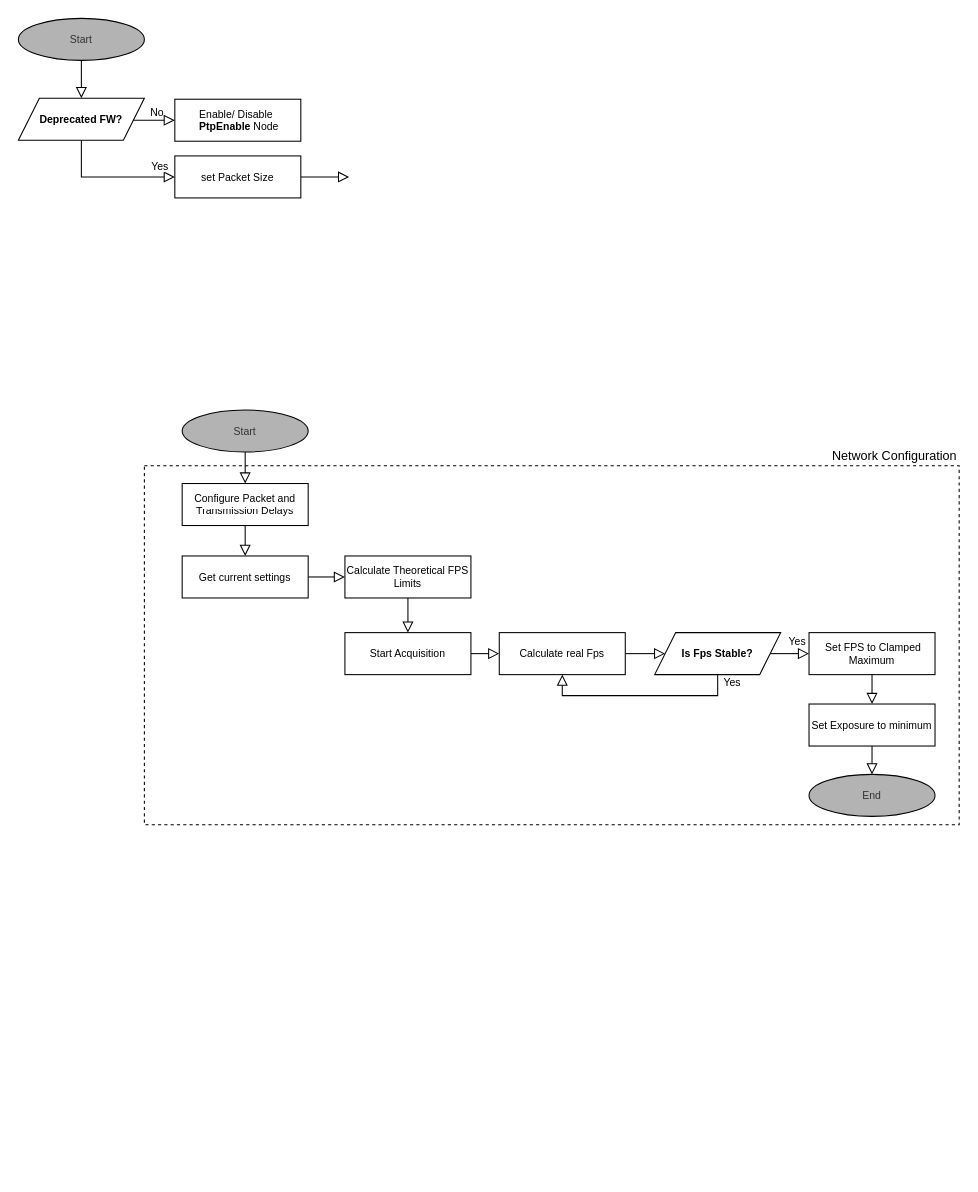
The draw.io diagram page "Bandwidth" (3 of 3) of draw.io/Untitled Diagram.drawio in Yessminech/Bachelor_Thesis, before the edit. Source tidied: cells renumbered, new cells numbered last; positions are measured from the earlier drawing's top-left corner, leaving out a move shared by most shapes. Both pictures are drawn from the tidied source at 105%, with x=0, y=0 at pixel (18, 18).
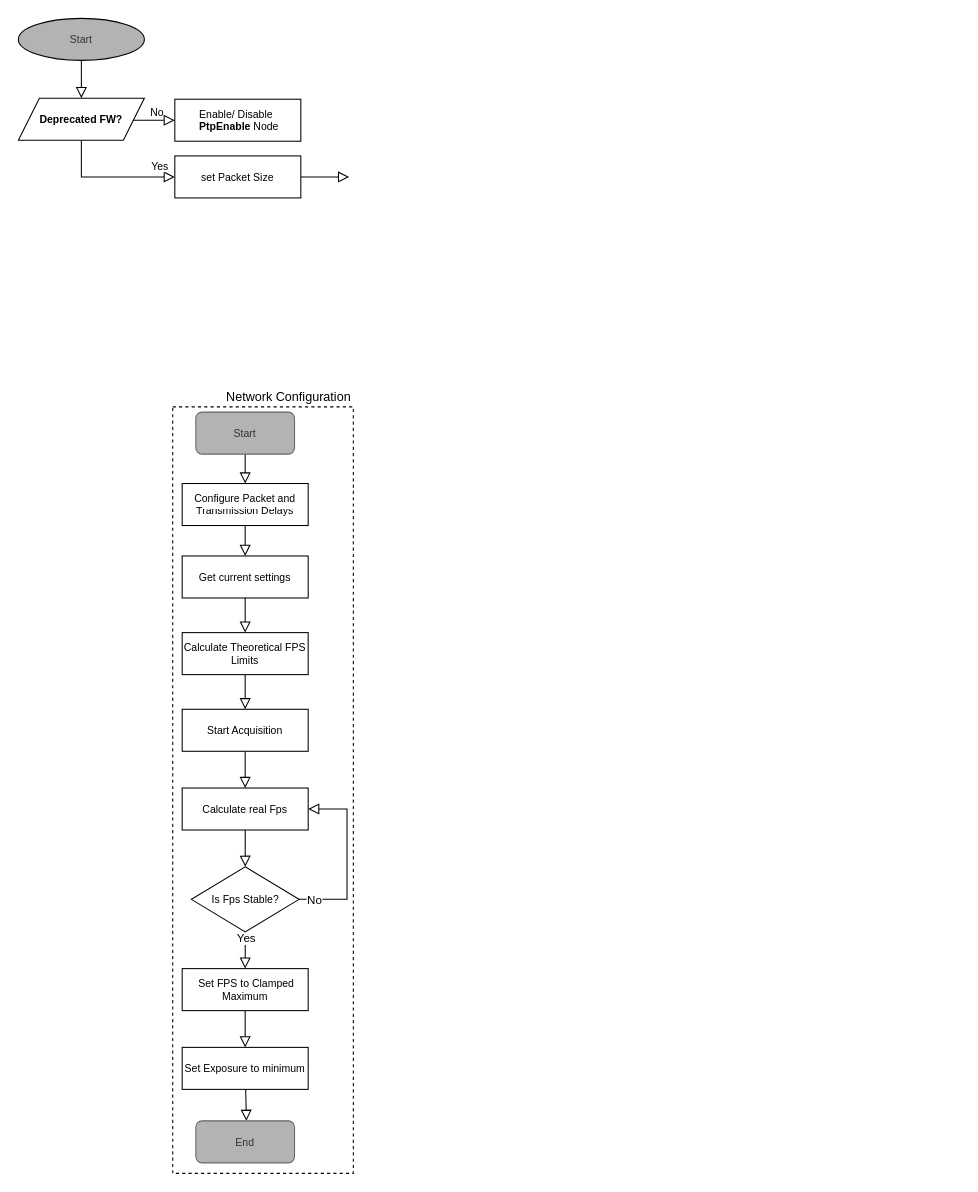
Above is the later version.

Unchanged cells that the change refers to:
```xml
<mxCell id="13" value="Configure Packet and Transmission Delays" style="rounded=0;whiteSpace=wrap;html=1;fontSize=10;glass=0;strokeWidth=1;shadow=0;fontFamily=Helvetica;align=center;verticalAlign=middle;" parent="1" vertex="1">
  <mxGeometry x="156" y="443" width="120" height="40" as="geometry" />
</mxCell>
<mxCell id="17" value="Get current settings" style="rounded=0;whiteSpace=wrap;html=1;fontSize=10;glass=0;strokeWidth=1;shadow=0;fontFamily=Helvetica;align=center;verticalAlign=middle;" parent="1" vertex="1">
  <mxGeometry x="156" y="512" width="120" height="40" as="geometry" />
</mxCell>
```

Change to the diagram source:
```diff
@@
     <mxCell id="2" value="Network Configuration" style="rounded=0;whiteSpace=wrap;html=1;dashed=1;fillColor=none;verticalAlign=bottom;labelPosition=center;verticalLabelPosition=top;align=right;" parent="1" vertex="1">
-      <mxGeometry x="120" y="426" width="776" height="342" as="geometry" />
+      <mxGeometry x="147" y="370" width="172" height="730" as="geometry" />
     </mxCell>
@@
     <mxCell id="15" value="Calculate Theoretical FPS Limits" style="rounded=0;whiteSpace=wrap;html=1;fontSize=10;glass=0;strokeWidth=1;shadow=0;fontFamily=Helvetica;align=center;verticalAlign=middle;" parent="1" vertex="1">
-      <mxGeometry x="311" y="512" width="120" height="40" as="geometry" />
+      <mxGeometry x="156" y="585" width="120" height="40" as="geometry" />
     </mxCell>
-    <mxCell id="16" style="edgeStyle=none;curved=1;rounded=0;jettySize=auto;html=1;fontSize=12;startSize=8;endSize=8;endArrow=block;endFill=0;" parent="1" edge="1" source="17" target="15">
+    <mxCell id="16" style="edgeStyle=none;curved=1;rounded=0;jettySize=auto;html=1;fontSize=12;startSize=8;endSize=8;endArrow=block;endFill=0;entryX=0.5;entryY=0;entryDx=0;entryDy=0;" parent="1" edge="1" source="17" target="15">
       <mxGeometry relative="1" as="geometry" />
     </mxCell>
@@
-    <mxCell id="18" style="edgeStyle=none;curved=1;rounded=0;jettySize=auto;html=1;entryX=0.5;entryY=0;entryDx=0;entryDy=0;fontSize=12;startSize=8;endSize=8;endArrow=block;endFill=0;" parent="1" edge="1" source="19" target="28">
-      <mxGeometry relative="1" as="geometry" />
+    <mxCell id="18" style="edgeStyle=none;curved=1;rounded=0;jettySize=auto;html=1;entryX=0.5;entryY=0;entryDx=0;entryDy=0;fontSize=12;startSize=8;endSize=8;endArrow=block;endFill=0;" parent="1" edge="1" source="19">
+      <mxGeometry relative="1" as="geometry">
+        <mxPoint x="217.2" y="1050" as="targetPoint" />
+      </mxGeometry>
     </mxCell>
     <mxCell id="19" value="Set Exposure to minimum" style="rounded=0;whiteSpace=wrap;html=1;fontSize=10;glass=0;strokeWidth=1;shadow=0;fontFamily=Helvetica;align=center;verticalAlign=middle;" parent="1" vertex="1">
-      <mxGeometry x="753" y="653" width="120" height="40" as="geometry" />
+      <mxGeometry x="156" y="980" width="120" height="40" as="geometry" />
     </mxCell>
@@
     <mxCell id="21" value="Start Acquisition" style="rounded=0;whiteSpace=wrap;html=1;fontSize=10;glass=0;strokeWidth=1;shadow=0;fontFamily=Helvetica;align=center;verticalAlign=middle;" parent="1" vertex="1">
-      <mxGeometry x="311" y="585" width="120" height="40" as="geometry" />
+      <mxGeometry x="156" y="658" width="120" height="40" as="geometry" />
     </mxCell>
-    <mxCell id="22" style="edgeStyle=none;curved=1;rounded=0;jettySize=auto;html=1;fontSize=12;startSize=8;endSize=8;endArrow=block;endFill=0;" parent="1" edge="1" source="23" target="31">
+    <mxCell id="22" style="edgeStyle=none;curved=1;rounded=0;jettySize=auto;html=1;fontSize=12;startSize=8;endSize=8;endArrow=block;endFill=0;entryX=0.5;entryY=0;entryDx=0;entryDy=0;" parent="1" edge="1" source="23" target="31">
       <mxGeometry relative="1" as="geometry" />
     </mxCell>
     <mxCell id="23" value="Calculate real Fps" style="rounded=0;whiteSpace=wrap;html=1;fontSize=10;glass=0;strokeWidth=1;shadow=0;fontFamily=Helvetica;align=center;verticalAlign=middle;" parent="1" vertex="1">
-      <mxGeometry x="458" y="585" width="120" height="40" as="geometry" />
+      <mxGeometry x="156" y="733" width="120" height="40" as="geometry" />
     </mxCell>
@@
     <mxCell id="25" value="&lt;div&gt;&amp;nbsp;Set FPS to Clamped Maximum&lt;/div&gt;" style="rounded=0;whiteSpace=wrap;html=1;fontSize=10;glass=0;strokeWidth=1;shadow=0;fontFamily=Helvetica;align=center;verticalAlign=middle;" parent="1" vertex="1">
-      <mxGeometry x="753" y="585" width="120" height="40" as="geometry" />
+      <mxGeometry x="156" y="905" width="120" height="40" as="geometry" />
     </mxCell>
-    <mxCell id="26" style="edgeStyle=none;curved=1;rounded=0;jettySize=auto;html=1;entryX=0.5;entryY=0;entryDx=0;entryDy=0;fontSize=12;startSize=8;endSize=8;endArrow=block;endFill=0;" parent="1" edge="1" source="27" target="13">
-      <mxGeometry relative="1" as="geometry" />
+    <mxCell id="26" style="edgeStyle=none;curved=1;rounded=0;jettySize=auto;html=1;entryX=0.5;entryY=0;entryDx=0;entryDy=0;fontSize=12;startSize=8;endSize=8;endArrow=block;endFill=0;" parent="1" edge="1" target="13">
+      <mxGeometry relative="1" as="geometry">
+        <mxPoint x="216" y="413" as="sourcePoint" />
+      </mxGeometry>
     </mxCell>
+    <mxCell id="29" style="edgeStyle=none;curved=1;rounded=0;jettySize=auto;html=1;fontSize=12;startSize=8;endSize=8;endArrow=block;endFill=0;exitX=0.5;exitY=1;exitDx=0;exitDy=0;" parent="1" edge="1" source="31" target="25">
+      <mxGeometry relative="1" as="geometry" />
+    </mxCell>
+    <mxCell id="34" value="Yes" style="edgeLabel;html=1;align=center;verticalAlign=middle;" parent="29" vertex="1">
+      <mxGeometry x="-0.64" relative="1" as="geometry" />
+    </mxCell>
+    <mxCell id="30" style="edgeStyle=orthogonalEdgeStyle;rounded=0;jettySize=auto;html=1;entryX=1;entryY=0.5;entryDx=0;entryDy=0;fontSize=12;startSize=8;endSize=8;exitX=1;exitY=0.5;exitDx=0;exitDy=0;endArrow=block;endFill=0;" parent="1" edge="1" source="31" target="23">
+      <mxGeometry relative="1" as="geometry">
+        <Array as="points">
+          <mxPoint x="313" y="839" />
+          <mxPoint x="313" y="753" />
+        </Array>
+      </mxGeometry>
+    </mxCell>
+    <mxCell id="35" value="No" style="edgeLabel;html=1;align=center;verticalAlign=middle;" parent="30" vertex="1">
+      <mxGeometry x="-0.83" relative="1" as="geometry" />
+    </mxCell>
-    <mxCell id="27" value="Start" style="ellipse;whiteSpace=wrap;html=1;fillColor=#B3B3B3;fontColor=#333333;strokeColor=default;align=center;verticalAlign=middle;fontSize=10;" parent="1" vertex="1">
-      <mxGeometry x="156" y="373" width="120" height="40" as="geometry" />
+    <mxCell id="27" value="&lt;font style=&quot;font-size: 10px;&quot;&gt;Start&lt;/font&gt;" style="rounded=1;whiteSpace=wrap;html=1;fillColor=#B3B3B3;fontColor=#333333;strokeColor=#666666;" parent="1" vertex="1">
+      <mxGeometry x="169" y="375" width="94" height="40" as="geometry" />
     </mxCell>
+    <mxCell id="31" value="&lt;span style=&quot;font-size: 10px;&quot;&gt;Is Fps Stable?&lt;/span&gt;" style="rhombus;whiteSpace=wrap;html=1;" parent="1" vertex="1">
+      <mxGeometry x="164.8" y="808" width="102.5" height="62" as="geometry" />
+    </mxCell>
-    <mxCell id="28" value="End" style="ellipse;whiteSpace=wrap;html=1;fillColor=#B3B3B3;fontColor=#333333;strokeColor=default;align=center;verticalAlign=middle;fontSize=10;" parent="1" vertex="1">
-      <mxGeometry x="753" y="720" width="120" height="40" as="geometry" />
+    <mxCell id="28" value="&lt;font style=&quot;font-size: 10px;&quot;&gt;End&lt;/font&gt;" style="rounded=1;whiteSpace=wrap;html=1;fillColor=#B3B3B3;fontColor=#333333;strokeColor=#666666;" parent="1" vertex="1">
+      <mxGeometry x="169" y="1050" width="94" height="40" as="geometry" />
     </mxCell>
-    <mxCell id="29" style="edgeStyle=none;curved=1;rounded=0;jettySize=auto;html=1;fontSize=12;startSize=8;endSize=8;endArrow=block;endFill=0;" parent="1" edge="1" source="31" target="25">
-      <mxGeometry relative="1" as="geometry" />
-    </mxCell>
-    <mxCell id="30" style="edgeStyle=orthogonalEdgeStyle;rounded=0;jettySize=auto;html=1;entryX=0.5;entryY=1;entryDx=0;entryDy=0;fontSize=12;startSize=8;endSize=8;exitX=0.5;exitY=1;exitDx=0;exitDy=0;endArrow=block;endFill=0;" parent="1" edge="1" source="31" target="23">
-      <mxGeometry relative="1" as="geometry" />
-    </mxCell>
-    <mxCell id="31" value="Is Fps Stable?" style="shape=parallelogram;perimeter=parallelogramPerimeter;whiteSpace=wrap;html=1;fixedSize=1;align=center;verticalAlign=middle;fontSize=10;fontStyle=1;" parent="1" vertex="1">
-      <mxGeometry x="606" y="585" width="120" height="40" as="geometry" />
-    </mxCell>
-    <mxCell id="32" value="&lt;span style=&quot;color: rgb(0, 0, 0); font-family: Helvetica; font-size: 10px; font-style: normal; font-variant-ligatures: normal; font-variant-caps: normal; font-weight: 400; letter-spacing: normal; orphans: 2; text-align: center; text-indent: 0px; text-transform: none; widows: 2; word-spacing: 0px; -webkit-text-stroke-width: 0px; white-space: nowrap; text-decoration-thickness: initial; text-decoration-style: initial; text-decoration-color: initial; float: none; background-color: rgb(255, 255, 255); display: inline !important;&quot;&gt;Yes&lt;/span&gt;" style="text;whiteSpace=wrap;html=1;" parent="1" vertex="1">
-      <mxGeometry x="732" y="579" width="41" height="36" as="geometry" />
-    </mxCell>
-    <mxCell id="33" value="&lt;span style=&quot;color: rgb(0, 0, 0); font-family: Helvetica; font-size: 10px; font-style: normal; font-variant-ligatures: normal; font-variant-caps: normal; font-weight: 400; letter-spacing: normal; orphans: 2; text-align: center; text-indent: 0px; text-transform: none; widows: 2; word-spacing: 0px; -webkit-text-stroke-width: 0px; white-space: nowrap; text-decoration-thickness: initial; text-decoration-style: initial; text-decoration-color: initial; float: none; background-color: rgb(255, 255, 255); display: inline !important;&quot;&gt;Yes&lt;/span&gt;" style="text;whiteSpace=wrap;html=1;" parent="1" vertex="1">
-      <mxGeometry x="670" y="618" width="41" height="36" as="geometry" />
-    </mxCell>
```
